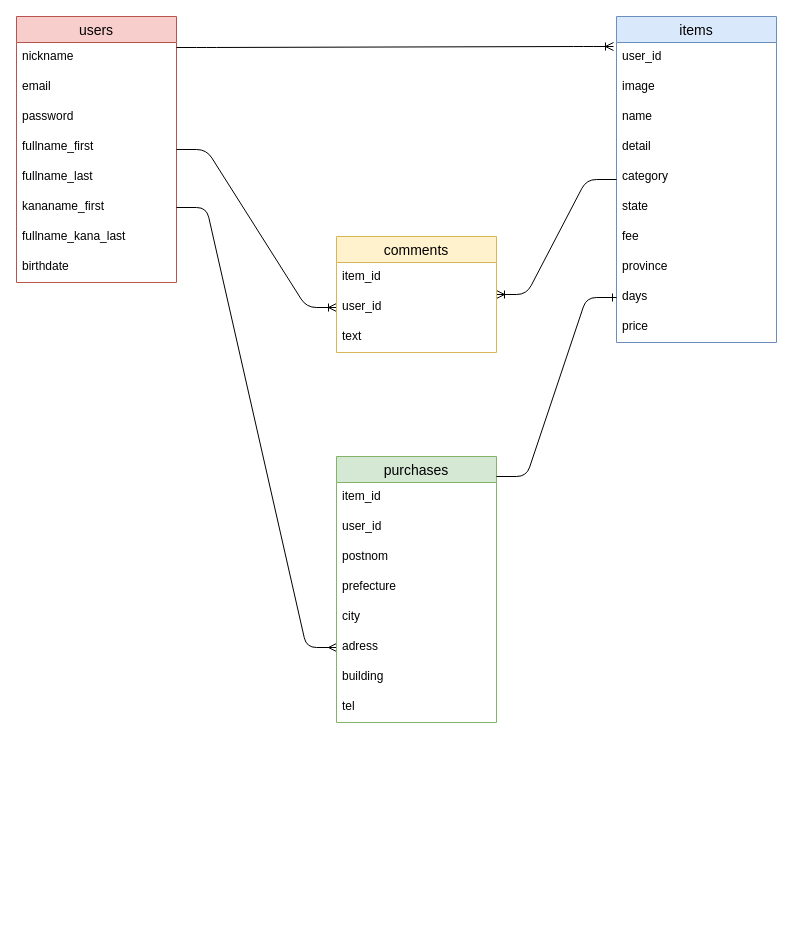
abiko23/furima-29293 keeps this draw.io diagram as er.drawio. Above is the earlier version. Source tidied: cells renumbered, new cells numbered last; positions are measured from the earlier drawing's top-left corner, leaving out a move shared by most shapes. Both pictures are drawn from the tidied source at 100%, with x=0, y=0 at pixel (16, 16).
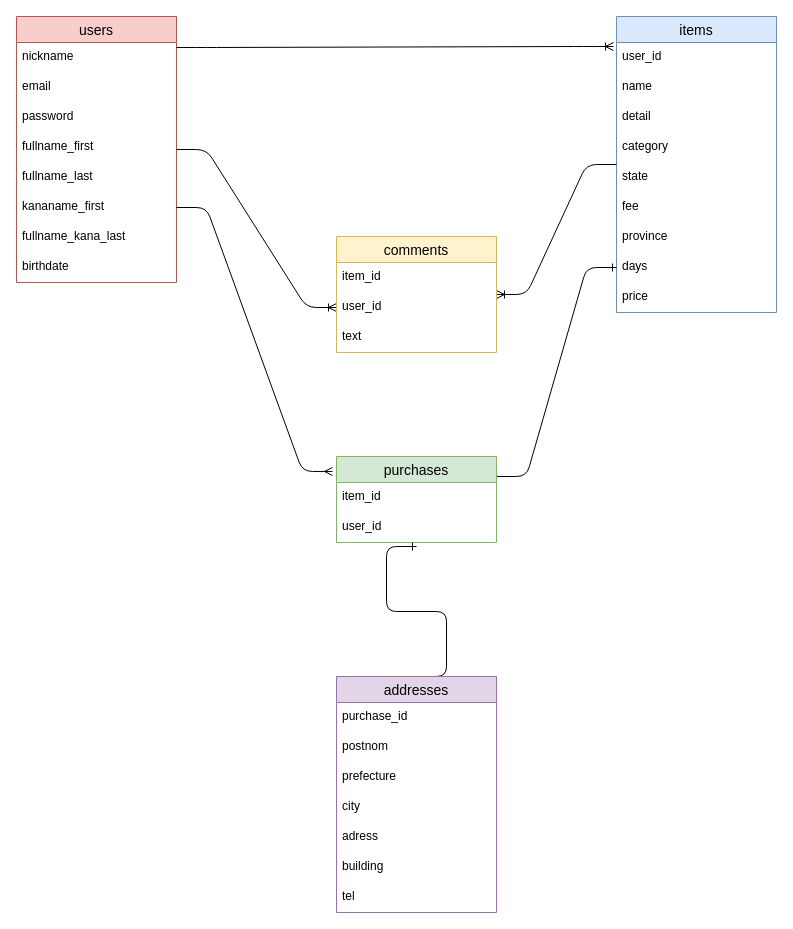
After the change.

The change refers to these unchanged cells:
```xml
<mxCell id="8" value="kananame_first" style="text;strokeColor=none;fillColor=none;spacingLeft=4;spacingRight=4;overflow=hidden;points=[[0,0.5],[1,0.5]];portConstraint=eastwest;fontSize=12;" parent="2" vertex="1">
  <mxGeometry y="176" width="160" height="30" as="geometry" />
</mxCell>
```

What changed in the source:
```diff
@@
     <mxCell id="11" value="items" style="swimlane;fontStyle=0;horizontal=1;startSize=26;align=center;fontSize=14;fillColor=#dae8fc;strokeColor=#6c8ebf;" parent="1" vertex="1">
-      <mxGeometry x="600" width="160" height="326" as="geometry" />
+      <mxGeometry x="600" width="160" height="296" as="geometry" />
     </mxCell>
@@
-    <mxCell id="13" value="image" style="text;strokeColor=none;fillColor=none;spacingLeft=4;spacingRight=4;overflow=hidden;fontSize=12;" parent="11" vertex="1">
-      <mxGeometry y="56" width="160" height="30" as="geometry" />
-    </mxCell>
     <mxCell id="14" value="name" style="text;strokeColor=none;fillColor=none;spacingLeft=4;spacingRight=4;overflow=hidden;fontSize=12;" parent="11" vertex="1">
-      <mxGeometry y="86" width="160" height="30" as="geometry" />
+      <mxGeometry y="56" width="160" height="30" as="geometry" />
     </mxCell>
     <mxCell id="15" value="detail" style="text;strokeColor=none;fillColor=none;spacingLeft=4;spacingRight=4;overflow=hidden;fontSize=12;" parent="11" vertex="1">
-      <mxGeometry y="116" width="160" height="30" as="geometry" />
+      <mxGeometry y="86" width="160" height="30" as="geometry" />
     </mxCell>
     <mxCell id="16" value="category" style="text;strokeColor=none;fillColor=none;spacingLeft=4;spacingRight=4;overflow=hidden;fontSize=12;" parent="11" vertex="1">
-      <mxGeometry y="146" width="160" height="30" as="geometry" />
+      <mxGeometry y="116" width="160" height="30" as="geometry" />
     </mxCell>
     <mxCell id="17" value="state" style="text;strokeColor=none;fillColor=none;spacingLeft=4;spacingRight=4;overflow=hidden;fontSize=12;" parent="11" vertex="1">
-      <mxGeometry y="176" width="160" height="30" as="geometry" />
+      <mxGeometry y="146" width="160" height="30" as="geometry" />
     </mxCell>
     <mxCell id="18" value="fee" style="text;strokeColor=none;fillColor=none;spacingLeft=4;spacingRight=4;overflow=hidden;fontSize=12;" parent="11" vertex="1">
-      <mxGeometry y="206" width="160" height="30" as="geometry" />
+      <mxGeometry y="176" width="160" height="30" as="geometry" />
     </mxCell>
     <mxCell id="19" value="province" style="text;strokeColor=none;fillColor=none;spacingLeft=4;spacingRight=4;overflow=hidden;fontSize=12;" parent="11" vertex="1">
-      <mxGeometry y="236" width="160" height="30" as="geometry" />
+      <mxGeometry y="206" width="160" height="30" as="geometry" />
     </mxCell>
     <mxCell id="20" value="days" style="text;strokeColor=none;fillColor=none;spacingLeft=4;spacingRight=4;overflow=hidden;points=[[0,0.5],[1,0.5]];portConstraint=eastwest;fontSize=12;" parent="11" vertex="1">
-      <mxGeometry y="266" width="160" height="30" as="geometry" />
+      <mxGeometry y="236" width="160" height="30" as="geometry" />
     </mxCell>
     <mxCell id="21" value="price" style="text;strokeColor=none;fillColor=none;spacingLeft=4;spacingRight=4;overflow=hidden;fontSize=12;" parent="11" vertex="1">
-      <mxGeometry y="296" width="160" height="30" as="geometry" />
+      <mxGeometry y="266" width="160" height="30" as="geometry" />
     </mxCell>
@@
-    <mxCell id="25" style="edgeStyle=entityRelationEdgeStyle;fontSize=12;html=1;endArrow=ERmany;exitX=1;exitY=0.5;exitDx=0;exitDy=0;" parent="1" edge="1" source="8" target="36">
+    <mxCell id="25" style="edgeStyle=entityRelationEdgeStyle;fontSize=12;html=1;endArrow=ERmany;exitX=1;exitY=0.5;exitDx=0;exitDy=0;entryX=-0.025;entryY=0.174;entryDx=0;entryDy=0;entryPerimeter=0;" parent="1" edge="1" source="8" target="40">
       <mxGeometry relative="1" as="geometry" />
     </mxCell>
@@
+    <mxCell id="39" style="edgeStyle=entityRelationEdgeStyle;fontSize=12;html=1;endArrow=ERone;endFill=1;entryX=0;entryY=0.5;entryDx=0;entryDy=0;" parent="1" edge="1" target="20">
+      <mxGeometry relative="1" as="geometry">
+        <mxPoint x="480" y="460" as="sourcePoint" />
+      </mxGeometry>
+    </mxCell>
+    <mxCell id="40" value="purchases" style="swimlane;fontStyle=0;horizontal=1;startSize=26;align=center;fontSize=14;fillColor=#d5e8d4;strokeColor=#82b366;" parent="1" vertex="1">
+      <mxGeometry x="320" y="440" width="160" height="86" as="geometry" />
+    </mxCell>
+    <mxCell id="31" value="item_id" style="text;strokeColor=none;fillColor=none;spacingLeft=4;spacingRight=4;overflow=hidden;fontSize=12;" parent="40" vertex="1">
+      <mxGeometry y="26" width="160" height="30" as="geometry" />
+    </mxCell>
+    <mxCell id="41" value="user_id" style="text;strokeColor=none;fillColor=none;spacingLeft=4;spacingRight=4;overflow=hidden;fontSize=12;" parent="40" vertex="1">
+      <mxGeometry y="56" width="160" height="30" as="geometry" />
+    </mxCell>
+    <mxCell id="42" style="edgeStyle=entityRelationEdgeStyle;fontSize=12;html=1;endArrow=ERone;endFill=1;exitX=0.5;exitY=0;exitDx=0;exitDy=0;" parent="1" edge="1" source="30">
+      <mxGeometry relative="1" as="geometry">
+        <mxPoint x="400" y="530" as="targetPoint" />
+      </mxGeometry>
+    </mxCell>
-    <mxCell id="30" value="purchases" style="swimlane;fontStyle=0;horizontal=1;startSize=26;align=center;fontSize=14;fillColor=#d5e8d4;strokeColor=#82b366;" parent="1" vertex="1">
-      <mxGeometry x="320" y="440" width="160" height="266" as="geometry" />
+    <mxCell id="30" value="addresses" style="swimlane;fontStyle=0;horizontal=1;startSize=26;align=center;fontSize=14;fillColor=#e1d5e7;strokeColor=#9673a6;" parent="1" vertex="1">
+      <mxGeometry x="320" y="660" width="160" height="236" as="geometry" />
     </mxCell>
-    <mxCell id="31" value="item_id" style="text;strokeColor=none;fillColor=none;spacingLeft=4;spacingRight=4;overflow=hidden;fontSize=12;" parent="30" vertex="1">
-      <mxGeometry y="26" width="160" height="30" as="geometry" />
-    </mxCell>
-    <mxCell id="32" value="user_id" style="text;strokeColor=none;fillColor=none;spacingLeft=4;spacingRight=4;overflow=hidden;fontSize=12;" parent="30" vertex="1">
-      <mxGeometry y="56" width="160" height="30" as="geometry" />
+    <mxCell id="32" value="purchase_id" style="text;strokeColor=none;fillColor=none;spacingLeft=4;spacingRight=4;overflow=hidden;fontSize=12;" parent="30" vertex="1">
+      <mxGeometry y="26" width="160" height="30" as="geometry" />
     </mxCell>
     <mxCell id="33" value="postnom" style="text;strokeColor=none;fillColor=none;spacingLeft=4;spacingRight=4;overflow=hidden;fontSize=12;" parent="30" vertex="1">
-      <mxGeometry y="86" width="160" height="30" as="geometry" />
+      <mxGeometry y="56" width="160" height="30" as="geometry" />
     </mxCell>
     <mxCell id="34" value="prefecture" style="text;strokeColor=none;fillColor=none;spacingLeft=4;spacingRight=4;overflow=hidden;fontSize=12;" parent="30" vertex="1">
-      <mxGeometry y="116" width="160" height="30" as="geometry" />
+      <mxGeometry y="86" width="160" height="30" as="geometry" />
     </mxCell>
     <mxCell id="35" value="city" style="text;strokeColor=none;fillColor=none;spacingLeft=4;spacingRight=4;overflow=hidden;fontSize=12;" parent="30" vertex="1">
-      <mxGeometry y="146" width="160" height="30" as="geometry" />
+      <mxGeometry y="116" width="160" height="30" as="geometry" />
     </mxCell>
     <mxCell id="36" value="adress" style="text;strokeColor=none;fillColor=none;spacingLeft=4;spacingRight=4;overflow=hidden;points=[[0,0.5],[1,0.5]];portConstraint=eastwest;fontSize=12;" parent="30" vertex="1">
-      <mxGeometry y="176" width="160" height="30" as="geometry" />
+      <mxGeometry y="146" width="160" height="30" as="geometry" />
     </mxCell>
     <mxCell id="37" value="building" style="text;strokeColor=none;fillColor=none;spacingLeft=4;spacingRight=4;overflow=hidden;fontSize=12;" parent="30" vertex="1">
-      <mxGeometry y="206" width="160" height="30" as="geometry" />
+      <mxGeometry y="176" width="160" height="30" as="geometry" />
     </mxCell>
     <mxCell id="38" value="tel" style="text;strokeColor=none;fillColor=none;spacingLeft=4;spacingRight=4;overflow=hidden;fontSize=12;" parent="30" vertex="1">
-      <mxGeometry y="236" width="160" height="30" as="geometry" />
+      <mxGeometry y="206" width="160" height="30" as="geometry" />
     </mxCell>
-    <mxCell id="39" style="edgeStyle=entityRelationEdgeStyle;fontSize=12;html=1;endArrow=ERone;endFill=1;entryX=0;entryY=0.5;entryDx=0;entryDy=0;" parent="1" edge="1" target="20">
-      <mxGeometry relative="1" as="geometry">
-        <mxPoint x="480" y="460" as="sourcePoint" />
-      </mxGeometry>
-    </mxCell>
```
